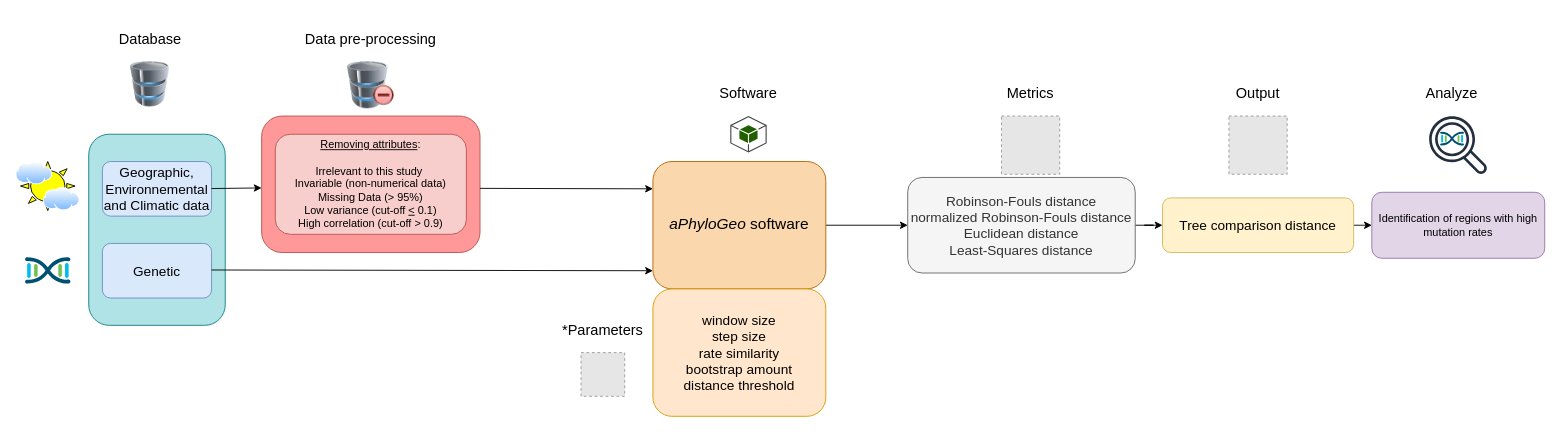
This is papers/Gagnon_Kebe_Tahiri/diagram.drawio from scipy-conference/scipy_proceedings, a draw.io file, before an edit. Source tidied: cells renumbered, new cells numbered last; positions are measured from the earlier drawing's top-left corner, leaving out a move shared by most shapes. Both pictures are drawn from the tidied source at 91%, with x=0, y=0 at pixel (15, 15). Pictures stored in the file or linked from it are replaced by grey dashed boxes.
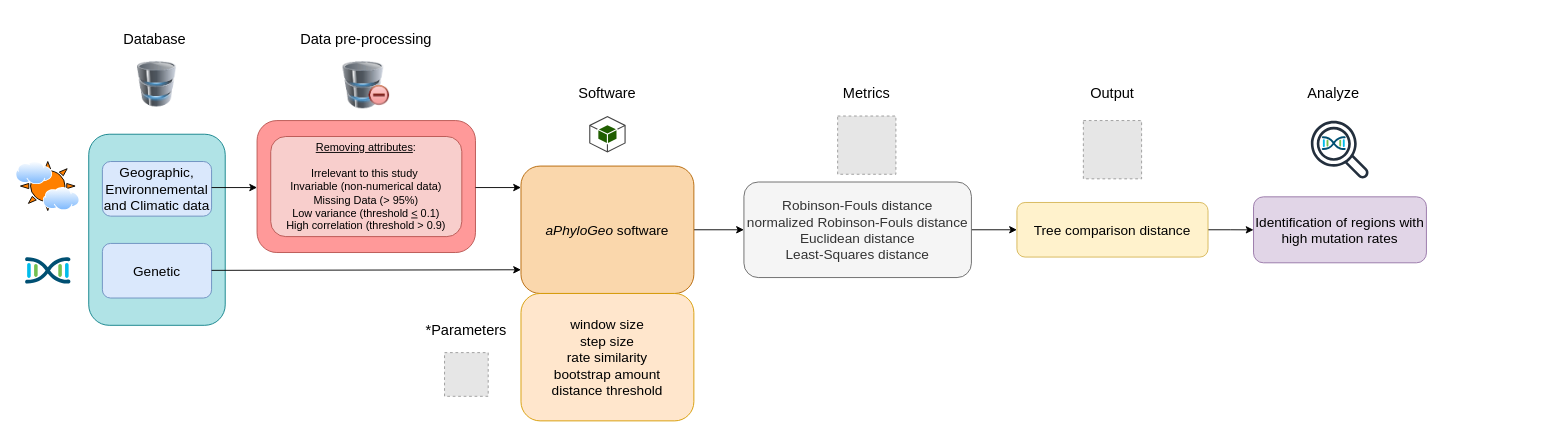
Above is the later version.

Commit message:
Mettre à jour diagram.drawio

What changed in the source:
```diff
@@
     <mxCell id="2" style="rounded=1;whiteSpace=wrap;html=1;fillColor=#FF9999;strokeColor=#b85450;arcSize=15;" parent="1" vertex="1">
-      <mxGeometry x="270" y="110" width="240" height="150" as="geometry" />
+      <mxGeometry x="265" y="115" width="240" height="145" as="geometry" />
     </mxCell>
@@
-    <mxCell id="6" value="&lt;div style=&quot;&quot;&gt;&lt;span style=&quot;background-color: initial;&quot;&gt;&lt;u&gt;Removing attributes&lt;/u&gt;:&lt;/span&gt;&lt;/div&gt;&lt;div style=&quot;&quot;&gt;&lt;span style=&quot;background-color: initial;&quot;&gt;&lt;br&gt;&lt;/span&gt;&lt;/div&gt;&lt;div&gt;&lt;span style=&quot;background-color: initial;&quot;&gt;Irrelevant to this study&amp;nbsp;&lt;/span&gt;&lt;br&gt;&lt;span style=&quot;background-color: initial;&quot;&gt;Invariable (non-numerical data)&lt;/span&gt;&lt;br&gt;&lt;span style=&quot;background-color: initial;&quot;&gt;Missing Data (&amp;gt; 95%)&lt;/span&gt;&lt;br&gt;&lt;span style=&quot;background-color: initial;&quot;&gt;Low variance (cut-off &lt;/span&gt;&lt;u style=&quot;background-color: initial;&quot;&gt;&amp;lt;&lt;/u&gt;&lt;span style=&quot;background-color: initial;&quot;&gt; 0.1)&lt;/span&gt;&lt;br&gt;&lt;/div&gt;&lt;div&gt;&lt;span style=&quot;background-color: initial;&quot;&gt;High correlation (cut-off &amp;gt; 0.9)&lt;/span&gt;&lt;/div&gt;" style="rounded=1;whiteSpace=wrap;html=1;fillColor=#f8cecc;strokeColor=#b85450;align=center;" parent="1" vertex="1">
-      <mxGeometry x="285" y="130" width="210" height="110" as="geometry" />
+    <mxCell id="6" value="&lt;div style=&quot;&quot;&gt;&lt;span style=&quot;background-color: initial;&quot;&gt;&lt;u&gt;Removing attributes&lt;/u&gt;:&lt;/span&gt;&lt;/div&gt;&lt;div style=&quot;&quot;&gt;&lt;span style=&quot;background-color: initial;&quot;&gt;&lt;br&gt;&lt;/span&gt;&lt;/div&gt;&lt;div&gt;&lt;span style=&quot;background-color: initial;&quot;&gt;Irrelevant to this study&amp;nbsp;&lt;/span&gt;&lt;br&gt;&lt;span style=&quot;background-color: initial;&quot;&gt;Invariable (non-numerical data)&lt;/span&gt;&lt;br&gt;&lt;span style=&quot;background-color: initial;&quot;&gt;Missing Data (&amp;gt; 95%)&lt;/span&gt;&lt;br&gt;&lt;span style=&quot;background-color: initial;&quot;&gt;Low variance (threshold&amp;nbsp;&lt;/span&gt;&lt;u style=&quot;background-color: initial;&quot;&gt;&amp;lt;&lt;/u&gt;&lt;span style=&quot;background-color: initial;&quot;&gt; 0.1)&lt;/span&gt;&lt;br&gt;&lt;/div&gt;&lt;div&gt;&lt;span style=&quot;background-color: initial;&quot;&gt;High correlation (threshold &amp;gt; 0.9)&lt;/span&gt;&lt;/div&gt;" style="rounded=1;whiteSpace=wrap;html=1;fillColor=#f8cecc;strokeColor=#b85450;align=center;" parent="1" vertex="1">
+      <mxGeometry x="280" y="132.5" width="210" height="110" as="geometry" />
     </mxCell>
@@
-    <mxCell id="8" value="&lt;font style=&quot;font-size: 17px;&quot;&gt;&lt;i&gt;aPhyloGeo&lt;/i&gt; software&lt;/font&gt;" style="rounded=1;whiteSpace=wrap;html=1;fillColor=#fad7ac;strokeColor=#b46504;" parent="1" vertex="1">
-      <mxGeometry x="700" y="160" width="190" height="140" as="geometry" />
+    <mxCell id="8" value="&lt;font style=&quot;font-size: 15px;&quot;&gt;&lt;i&gt;aPhyloGeo&lt;/i&gt; software&lt;/font&gt;" style="rounded=1;whiteSpace=wrap;html=1;fillColor=#fad7ac;strokeColor=#b46504;" parent="1" vertex="1">
+      <mxGeometry x="555" y="165" width="190" height="140" as="geometry" />
     </mxCell>
-    <mxCell id="9" style="endArrow=classic;html=1;rounded=0;" parent="1" edge="1">
+    <mxCell id="9" style="endArrow=classic;html=1;rounded=0;entryX=0;entryY=0.814;entryDx=0;entryDy=0;entryPerimeter=0;" parent="1" edge="1" target="8">
       <mxGeometry relative="1" as="geometry">
-        <mxPoint x="215" y="279.2" as="sourcePoint" />
-        <mxPoint x="700" y="280" as="targetPoint" />
+        <mxPoint x="215" y="279.6" as="sourcePoint" />
       </mxGeometry>
     </mxCell>
-    <mxCell id="10" value="&lt;div style=&quot;margin-top: 0px; margin-bottom: 0px; padding-left: 0px; padding-right: 0px;&quot;&gt;&lt;span style=&quot;background-color: initial; font-size: 15px;&quot;&gt;window size&lt;br&gt;&lt;/span&gt;&lt;span style=&quot;background-color: initial; font-size: 15px;&quot;&gt;step size&lt;br&gt;&lt;/span&gt;&lt;span style=&quot;background-color: initial; font-size: 15px;&quot;&gt;rate similarity&lt;/span&gt;&lt;br style=&quot;font-size: 16px;&quot;&gt;&lt;span style=&quot;background-color: initial; font-size: 15px;&quot;&gt;bootstrap amount&lt;/span&gt;&lt;br style=&quot;font-size: 16px;&quot;&gt;&lt;span style=&quot;background-color: initial; font-size: 15px;&quot;&gt;distance threshold&lt;/span&gt;&lt;br&gt;&lt;/div&gt;" style="rounded=1;whiteSpace=wrap;html=1;align=center;fillColor=#ffe6cc;strokeColor=#d79b00;" parent="1" vertex="1">
-      <mxGeometry x="700" y="300" width="190" height="140" as="geometry" />
+    <mxCell id="10" value="&lt;div style=&quot;margin-top: 0px; margin-bottom: 0px; padding-left: 0px; padding-right: 0px; font-size: 15px;&quot;&gt;&lt;span style=&quot;background-color: initial; font-size: 15px;&quot;&gt;window size&lt;br&gt;&lt;/span&gt;&lt;span style=&quot;background-color: initial; font-size: 15px;&quot;&gt;step size&lt;br&gt;&lt;/span&gt;&lt;span style=&quot;background-color: initial; font-size: 15px;&quot;&gt;rate similarity&lt;/span&gt;&lt;br style=&quot;&quot;&gt;&lt;span style=&quot;background-color: initial; font-size: 15px;&quot;&gt;bootstrap amount&lt;/span&gt;&lt;br style=&quot;&quot;&gt;&lt;span style=&quot;background-color: initial; font-size: 15px;&quot;&gt;distance threshold&lt;/span&gt;&lt;br&gt;&lt;/div&gt;" style="rounded=1;whiteSpace=wrap;html=1;align=center;fillColor=#ffe6cc;strokeColor=#d79b00;" parent="1" vertex="1">
+      <mxGeometry x="555" y="305" width="190" height="140" as="geometry" />
     </mxCell>
@@
     <mxCell id="12" value="&lt;font style=&quot;font-size: 15px;&quot;&gt;Tree comparison distance&lt;/font&gt;" style="rounded=1;whiteSpace=wrap;html=1;fillColor=#fff2cc;strokeColor=#d6b656;" parent="1" vertex="1">
-      <mxGeometry x="1260" y="200" width="210" height="60" as="geometry" />
+      <mxGeometry x="1100" y="205" width="210" height="60" as="geometry" />
     </mxCell>
     <mxCell id="13" value="Database&amp;nbsp;" style="text;html=1;align=center;verticalAlign=middle;whiteSpace=wrap;rounded=0;fontSize=16;" parent="1" vertex="1">
-      <mxGeometry x="120" y="10" width="60" height="30" as="geometry" />
+      <mxGeometry x="125" y="10" width="60" height="30" as="geometry" />
     </mxCell>
     <mxCell id="14" value="Data pre-processing" style="text;html=1;align=center;verticalAlign=middle;whiteSpace=wrap;rounded=0;fontSize=16;" parent="1" vertex="1">
-      <mxGeometry x="315" width="150" height="50" as="geometry" />
+      <mxGeometry x="310" width="150" height="50" as="geometry" />
     </mxCell>
     <mxCell id="15" value="Output" style="text;html=1;align=center;verticalAlign=middle;whiteSpace=wrap;rounded=0;fontSize=16;" parent="1" vertex="1">
-      <mxGeometry x="1336.2" y="60" width="57.5" height="50" as="geometry" />
+      <mxGeometry x="1176.2" y="60" width="57.5" height="50" as="geometry" />
     </mxCell>
     <mxCell id="16" value="*Parameters" style="text;html=1;align=center;verticalAlign=middle;whiteSpace=wrap;rounded=0;fontSize=16;rotation=0;" parent="1" vertex="1">
-      <mxGeometry x="600" y="320" width="90" height="50" as="geometry" />
+      <mxGeometry x="450" y="320" width="90" height="50" as="geometry" />
     </mxCell>
     <mxCell id="17" style="image;html=1;image=img/lib/clip_art/computers/Database_Minus_128x128.png;" parent="1" vertex="1">
-      <mxGeometry x="360.8" y="50" width="58.5" height="52" as="geometry" />
+      <mxGeometry x="355.8" y="50" width="58.5" height="52" as="geometry" />
     </mxCell>
     <mxCell id="18" style="image;html=1;image=img/lib/clip_art/computers/Database_128x128.png;" parent="1" vertex="1">
-      <mxGeometry x="120" y="50" width="55" height="50" as="geometry" />
+      <mxGeometry x="127.5" y="50" width="55" height="50" as="geometry" />
     </mxCell>
     <mxCell id="19" style="dashed=0;verticalLabelPosition=bottom;verticalAlign=top;align=center;html=1;shape=mxgraph.aws3.android;fillColor=#205E00;gradientColor=none;" parent="1" vertex="1">
-      <mxGeometry x="785" y="110" width="40" height="40" as="geometry" />
+      <mxGeometry x="630" y="110" width="40" height="40" as="geometry" />
     </mxCell>
     <mxCell id="20" style="fillColor=#E6E6E6;strokeColor=#999999;dashed=1;html=1;verticalAlign=top;verticalLabelPosition=bottom;labelBackgroundColor=#ffffff;" parent="1" vertex="1">
-      <mxGeometry x="621" y="370" width="48" height="48" as="geometry" />
+      <mxGeometry x="471" y="370" width="48" height="48" as="geometry" />
     </mxCell>
     <mxCell id="21" style="fillColor=#E6E6E6;strokeColor=#999999;dashed=1;html=1;verticalAlign=top;verticalLabelPosition=bottom;labelBackgroundColor=#ffffff;" parent="1" vertex="1">
-      <mxGeometry x="1333" y="110" width="64" height="64" as="geometry" />
+      <mxGeometry x="1173" y="115" width="64" height="64" as="geometry" />
     </mxCell>
@@
-    <mxCell id="23" value="&lt;div style=&quot;margin-top: 0px; margin-bottom: 0px; padding-left: 0px; padding-right: 0px;&quot;&gt;&lt;span style=&quot;background-color: initial; font-size: 15px;&quot;&gt;Robinson-Fouls distance&lt;br&gt;&lt;/span&gt;&lt;span style=&quot;background-color: initial; font-size: 15px;&quot;&gt;normalized Robinson-Fouls distance&lt;br&gt;&lt;/span&gt;&lt;span style=&quot;font-size: 15px;&quot;&gt;Euclidean distance&lt;/span&gt;&lt;br style=&quot;font-size: 16px;&quot;&gt;&lt;span style=&quot;font-size: 15px;&quot;&gt;Least-Squares distance&lt;/span&gt;&lt;/div&gt;" style="rounded=1;whiteSpace=wrap;html=1;align=center;fillColor=#f5f5f5;strokeColor=#666666;fontColor=#333333;" parent="1" vertex="1">
-      <mxGeometry x="980" y="177.5" width="250" height="105" as="geometry" />
+    <mxCell id="23" value="&lt;div style=&quot;margin-top: 0px; margin-bottom: 0px; padding-left: 0px; padding-right: 0px; font-size: 15px;&quot;&gt;&lt;span style=&quot;background-color: initial; font-size: 15px;&quot;&gt;Robinson-Fouls distance&lt;br&gt;&lt;/span&gt;&lt;span style=&quot;background-color: initial; font-size: 15px;&quot;&gt;normalized Robinson-Fouls distance&lt;br&gt;&lt;/span&gt;&lt;span style=&quot;font-size: 15px;&quot;&gt;Euclidean distance&lt;/span&gt;&lt;br style=&quot;&quot;&gt;&lt;span style=&quot;font-size: 15px;&quot;&gt;Least-Squares distance&lt;/span&gt;&lt;/div&gt;" style="rounded=1;whiteSpace=wrap;html=1;align=center;fillColor=#f5f5f5;strokeColor=#666666;fontColor=#333333;" parent="1" vertex="1">
+      <mxGeometry x="800" y="182.5" width="250" height="105" as="geometry" />
     </mxCell>
-    <mxCell id="24" style="endArrow=classic;html=1;rounded=0;exitX=1;exitY=0.5;exitDx=0;exitDy=0;" parent="1" edge="1">
-      <mxGeometry relative="1" as="geometry">
-        <mxPoint x="215" y="189.7" as="sourcePoint" />
-        <mxPoint x="270" y="189" as="targetPoint" />
-      </mxGeometry>
-    </mxCell>
-    <mxCell id="25" style="endArrow=classic;html=1;rounded=0;exitX=1;exitY=0.5;exitDx=0;exitDy=0;" parent="1" edge="1">
-      <mxGeometry relative="1" as="geometry">
-        <mxPoint x="510" y="189.5" as="sourcePoint" />
-        <mxPoint x="700" y="190" as="targetPoint" />
-      </mxGeometry>
-    </mxCell>
-    <mxCell id="26" value="Identification of regions with high mutation rates" style="rounded=1;whiteSpace=wrap;html=1;align=center;fillColor=#e1d5e7;strokeColor=#9673a6;" parent="1" vertex="1">
-      <mxGeometry x="1490" y="193.8" width="190" height="72.5" as="geometry" />
+    <mxCell id="26" value="&lt;font style=&quot;font-size: 15px;&quot;&gt;Identification of regions with high mutation rates&lt;/font&gt;" style="rounded=1;whiteSpace=wrap;html=1;align=center;fillColor=#e1d5e7;strokeColor=#9673a6;" parent="1" vertex="1">
+      <mxGeometry x="1360" y="198.8" width="190" height="72.5" as="geometry" />
     </mxCell>
     <mxCell id="27" style="fillColor=#E6E6E6;strokeColor=#999999;dashed=1;html=1;verticalAlign=top;verticalLabelPosition=bottom;labelBackgroundColor=#ffffff;" parent="1" vertex="1">
-      <mxGeometry x="1083" y="110" width="64" height="64" as="geometry" />
+      <mxGeometry x="903" y="110" width="64" height="64" as="geometry" />
     </mxCell>
@@
-    <mxCell id="29" style="verticalLabelPosition=bottom;verticalAlign=top;html=1;shape=mxgraph.basic.sun;fillColor=#FFFF00;" parent="1" vertex="1">
+    <mxCell id="29" style="verticalLabelPosition=bottom;verticalAlign=top;html=1;shape=mxgraph.basic.sun;fillColor=#FF8000;" parent="1" vertex="1">
       <mxGeometry x="5" y="160" width="60" height="53.9" as="geometry" />
     </mxCell>
@@
     <mxCell id="31" value="Software" style="text;html=1;align=center;verticalAlign=middle;whiteSpace=wrap;rounded=0;fontSize=16;" parent="1" vertex="1">
-      <mxGeometry x="730" y="60" width="150" height="50" as="geometry" />
+      <mxGeometry x="575" y="60" width="150" height="50" as="geometry" />
     </mxCell>
     <mxCell id="32" value="Metrics" style="text;html=1;align=center;verticalAlign=middle;whiteSpace=wrap;rounded=0;fontSize=16;" parent="1" vertex="1">
-      <mxGeometry x="1040" y="60" width="150" height="50" as="geometry" />
+      <mxGeometry x="860" y="60" width="150" height="50" as="geometry" />
     </mxCell>
     <mxCell id="33" value="Analyze" style="text;html=1;align=center;verticalAlign=middle;whiteSpace=wrap;rounded=0;fontSize=16;" parent="1" vertex="1">
-      <mxGeometry x="1549.4" y="60" width="57.5" height="50" as="geometry" />
+      <mxGeometry x="1419.4" y="60" width="57.5" height="50" as="geometry" />
     </mxCell>
     <mxCell id="34" style="verticalLabelPosition=bottom;sketch=0;html=1;verticalAlign=top;align=center;shape=mxgraph.cisco19.cisco_dna;fillColor=#005073;strokeColor=none;" parent="1" vertex="1">
-      <mxGeometry x="1565" y="127.1" width="26.3" height="15.8" as="geometry" />
+      <mxGeometry x="1435" y="132.1" width="26.3" height="15.8" as="geometry" />
     </mxCell>
     <mxCell id="35" style="sketch=0;fontColor=#232F3E;gradientColor=none;fillColor=#232F3D;strokeColor=none;dashed=0;verticalLabelPosition=bottom;verticalAlign=top;align=center;html=1;fontSize=12;fontStyle=0;shape=mxgraph.aws4.magnifying_glass_2;" parent="1" vertex="1">
-      <mxGeometry x="1553" y="110" width="64" height="64" as="geometry" />
+      <mxGeometry x="1423" y="115" width="64" height="64" as="geometry" />
     </mxCell>
@@
+    <mxCell id="37" style="edgeStyle=orthogonalEdgeStyle;rounded=0;orthogonalLoop=1;jettySize=auto;html=1;" parent="1" edge="1">
+      <mxGeometry relative="1" as="geometry">
+        <mxPoint x="505" y="188.6" as="sourcePoint" />
+        <mxPoint x="555" y="188.6" as="targetPoint" />
+      </mxGeometry>
+    </mxCell>
+    <mxCell id="38" style="edgeStyle=orthogonalEdgeStyle;rounded=0;orthogonalLoop=1;jettySize=auto;html=1;" parent="1" edge="1">
+      <mxGeometry relative="1" as="geometry">
+        <mxPoint x="215" y="188.6" as="sourcePoint" />
+        <mxPoint x="265" y="188.6" as="targetPoint" />
+      </mxGeometry>
+    </mxCell>
+    <mxCell id="39" style="edgeStyle=orthogonalEdgeStyle;rounded=0;orthogonalLoop=1;jettySize=auto;html=1;exitX=0.5;exitY=1;exitDx=0;exitDy=0;" parent="1" edge="1" source="2" target="2">
+      <mxGeometry relative="1" as="geometry" />
+    </mxCell>
```
